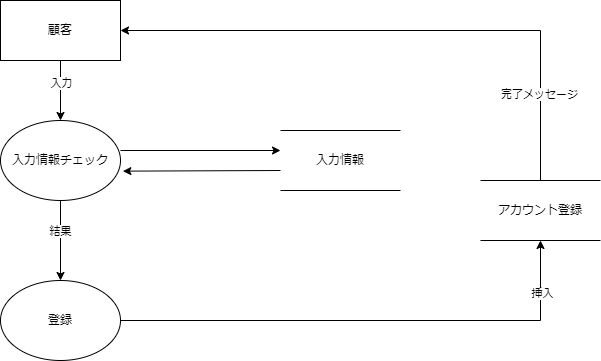
Before: DFD/顧客アカウント登録.drawio.png, a diagram exported from draw.io (Pyama1013/Sotsu.Gamen). Source tidied: cells renumbered, new cells last; positions are measured from the earlier drawing's top-left corner, leaving out a move shared by most shapes.
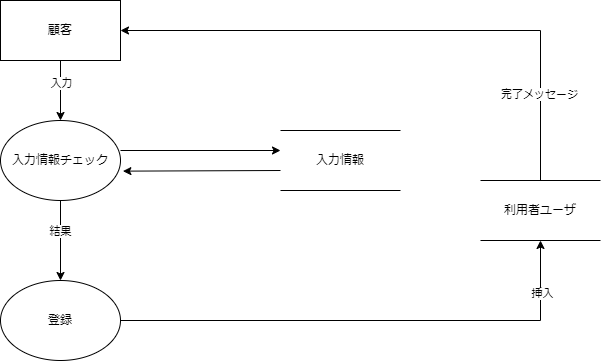
Later version of the same file.

Commit message:
顧客アカウント登録.drawio.png を更新します

What changed in the source:
```diff
@@ -51,7 +51,7 @@
     <mxCell id="15" value="入力情報" style="shape=partialRectangle;whiteSpace=wrap;html=1;left=0;right=0;fillColor=none;" parent="1" vertex="1">
       <mxGeometry x="280" y="130" width="120" height="60" as="geometry" />
     </mxCell>
-    <mxCell id="16" value="アカウント登録" style="shape=partialRectangle;whiteSpace=wrap;html=1;left=0;right=0;fillColor=none;" parent="1" vertex="1">
+    <mxCell id="16" value="利用者ユーザ" style="shape=partialRectangle;whiteSpace=wrap;html=1;left=0;right=0;fillColor=none;" parent="1" vertex="1">
       <mxGeometry x="480" y="180" width="120" height="60" as="geometry" />
     </mxCell>
   </root>
```
